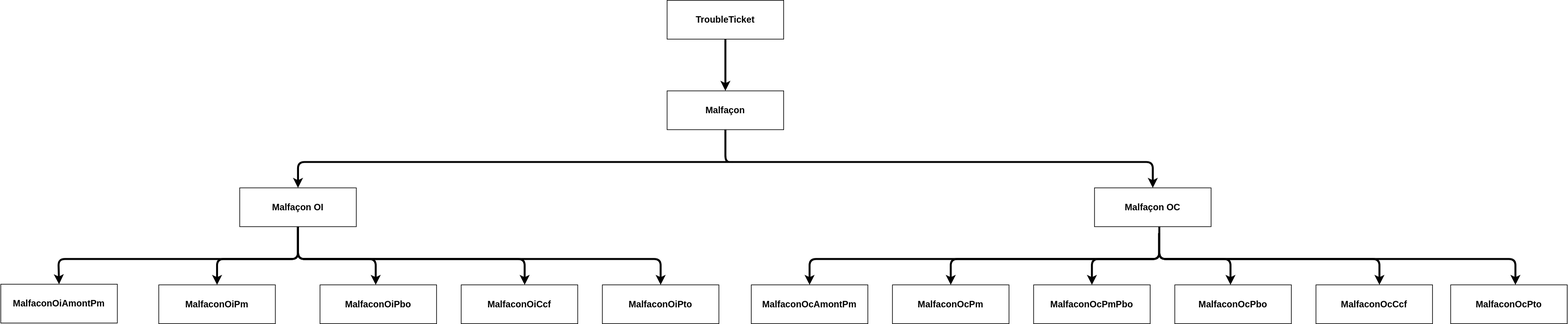
This is type.drawio.svg from before-interop/malfacon, a draw.io export, as it was before one commit. Source tidied: cells renumbered, new cells last; positions are measured from the earlier drawing's top-left corner, leaving out a move shared by most shapes.
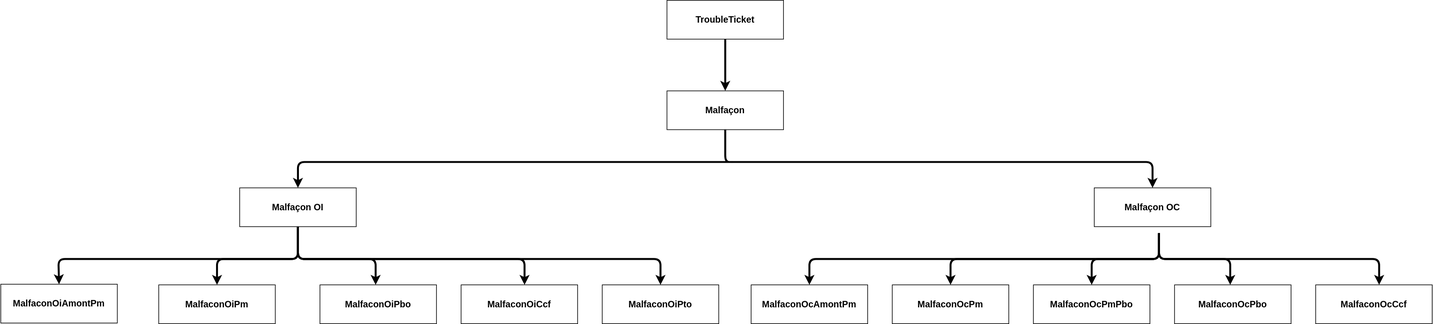
The same file after the commit.

The edit, as a diff of the source:
```diff
@@ -92,9 +92,6 @@
     <mxCell id="20" value="MalfaconOcCcf" style="rounded=0;whiteSpace=wrap;html=1;fontStyle=1;fontSize=14;" parent="1" vertex="1">
       <mxGeometry x="2031" y="440" width="180" height="60" as="geometry" />
     </mxCell>
-    <mxCell id="21" value="MalfaconOcPto" style="rounded=0;whiteSpace=wrap;html=1;fontStyle=1;fontSize=14;" parent="1" vertex="1">
-      <mxGeometry x="2239" y="440" width="180" height="60" as="geometry" />
-    </mxCell>
     <mxCell id="22" style="edgeStyle=orthogonalEdgeStyle;html=1;strokeWidth=3;exitX=0.5;exitY=1;exitDx=0;exitDy=0;entryX=0.5;entryY=0;entryDx=0;entryDy=0;" parent="1" edge="1" target="17">
       <mxGeometry relative="1" as="geometry">
         <mxPoint x="1789" y="360" as="sourcePoint" />
@@ -140,15 +137,6 @@
         </Array>
       </mxGeometry>
     </mxCell>
-    <mxCell id="27" style="edgeStyle=orthogonalEdgeStyle;html=1;strokeWidth=3;exitX=0.556;exitY=1;exitDx=0;exitDy=0;entryX=0.5;entryY=0;entryDx=0;entryDy=0;exitPerimeter=0;" parent="1" edge="1" source="29">
-      <mxGeometry relative="1" as="geometry">
-        <mxPoint x="2339" y="440" as="targetPoint" />
-        <Array as="points">
-          <mxPoint x="1789" y="400" />
-          <mxPoint x="2339" y="400" />
-        </Array>
-      </mxGeometry>
-    </mxCell>
     <mxCell id="28" style="edgeStyle=none;html=1;exitX=0.5;exitY=0;exitDx=0;exitDy=0;strokeWidth=3;endArrow=none;endFill=0;startArrow=classic;startFill=1;" parent="1" edge="1" source="29">
       <mxGeometry relative="1" as="geometry">
         <mxPoint x="1129" y="250" as="targetPoint" />
```
